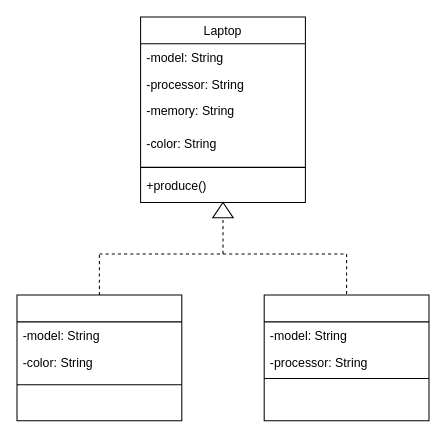
Above: page "Prototype" (3 of 5) of UML Diagrams.drawio in victor2996/Patterns (draw.io), before the change. Source tidied: cells renumbered, new cells numbered last; positions are measured from the earlier drawing's top-left corner, leaving out a move shared by most shapes. Both pictures are drawn from the tidied source at 103%, with x=0, y=0 at pixel (16, 16).
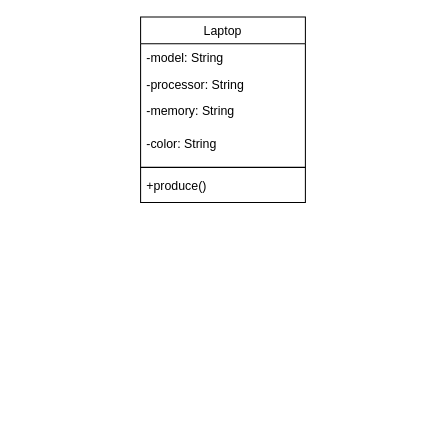
The same page after the edit.

Diff of the diagram source:
```diff
@@
-    <mxCell id="9" style="triangle;whiteSpace=wrap;html=1;direction=north;labelBackgroundColor=none;labelBorderColor=none;" parent="1" vertex="1">
-      <mxGeometry x="190" y="180" width="20" height="15" as="geometry" />
-    </mxCell>
-    <mxCell id="10" style="endArrow=none;dashed=1;html=1;labelBackgroundColor=#ffffff;fontColor=#000000;entryX=0;entryY=0.5;entryDx=0;entryDy=0;" parent="1" edge="1" target="9">
-      <mxGeometry relative="1" as="geometry">
-        <mxPoint x="200" y="230" as="sourcePoint" />
-      </mxGeometry>
-    </mxCell>
-    <mxCell id="11" style="endArrow=none;dashed=1;html=1;labelBackgroundColor=#ffffff;fontColor=#000000;" parent="1" edge="1">
-      <mxGeometry relative="1" as="geometry">
-        <mxPoint x="80" y="230" as="sourcePoint" />
-        <mxPoint x="320" y="230" as="targetPoint" />
-      </mxGeometry>
-    </mxCell>
-    <mxCell id="12" style="endArrow=none;dashed=1;html=1;labelBackgroundColor=#ffffff;fontColor=#000000;exitX=0.5;exitY=0;exitDx=0;exitDy=0;" parent="1" edge="1" source="13">
-      <mxGeometry relative="1" as="geometry">
-        <mxPoint x="80" y="230" as="targetPoint" />
-      </mxGeometry>
-    </mxCell>
-    <mxCell id="13" style="swimlane;fontStyle=0;align=center;verticalAlign=top;horizontal=1;startSize=26;rounded=0;shadow=0;strokeWidth=1;" parent="1" vertex="1">
-      <mxGeometry y="270" width="160" height="122" as="geometry" />
-    </mxCell>
-    <mxCell id="14" value="-model: String" style="text;align=left;verticalAlign=top;spacingLeft=4;spacingRight=4;overflow=hidden;" parent="13" vertex="1">
-      <mxGeometry y="26" width="160" height="26" as="geometry" />
-    </mxCell>
-    <mxCell id="15" value="-color: String" style="text;align=left;verticalAlign=top;spacingLeft=4;spacingRight=4;overflow=hidden;" parent="13" vertex="1">
-      <mxGeometry y="52" width="160" height="32" as="geometry" />
-    </mxCell>
-    <mxCell id="16" style="line;html=1;strokeWidth=1;align=left;verticalAlign=middle;spacingTop=-1;spacingLeft=3;spacingRight=3;labelPosition=right;" parent="13" vertex="1">
-      <mxGeometry y="84" width="160" height="6" as="geometry" />
-    </mxCell>
-    <mxCell id="17" style="swimlane;fontStyle=0;align=center;verticalAlign=top;horizontal=1;startSize=26;rounded=0;shadow=0;strokeWidth=1;" parent="1" vertex="1">
-      <mxGeometry x="240" y="270" width="160" height="122" as="geometry" />
-    </mxCell>
-    <mxCell id="18" value="-model: String" style="text;align=left;verticalAlign=top;spacingLeft=4;spacingRight=4;overflow=hidden;" parent="17" vertex="1">
-      <mxGeometry y="26" width="160" height="26" as="geometry" />
-    </mxCell>
-    <mxCell id="19" value="-processor: String" style="text;align=left;verticalAlign=top;spacingLeft=4;spacingRight=4;overflow=hidden;" parent="17" vertex="1">
-      <mxGeometry y="52" width="160" height="26" as="geometry" />
-    </mxCell>
-    <mxCell id="20" style="line;html=1;strokeWidth=1;align=left;verticalAlign=middle;spacingTop=-1;spacingLeft=3;spacingRight=3;labelPosition=right;" parent="17" vertex="1">
-      <mxGeometry y="78" width="160" height="6" as="geometry" />
-    </mxCell>
-    <mxCell id="21" style="endArrow=none;dashed=1;html=1;labelBackgroundColor=#ffffff;fontColor=#000000;entryX=0.5;entryY=0;entryDx=0;entryDy=0;" parent="1" edge="1" target="17">
-      <mxGeometry relative="1" as="geometry">
-        <mxPoint x="320" y="230" as="sourcePoint" />
-      </mxGeometry>
-    </mxCell>
```
